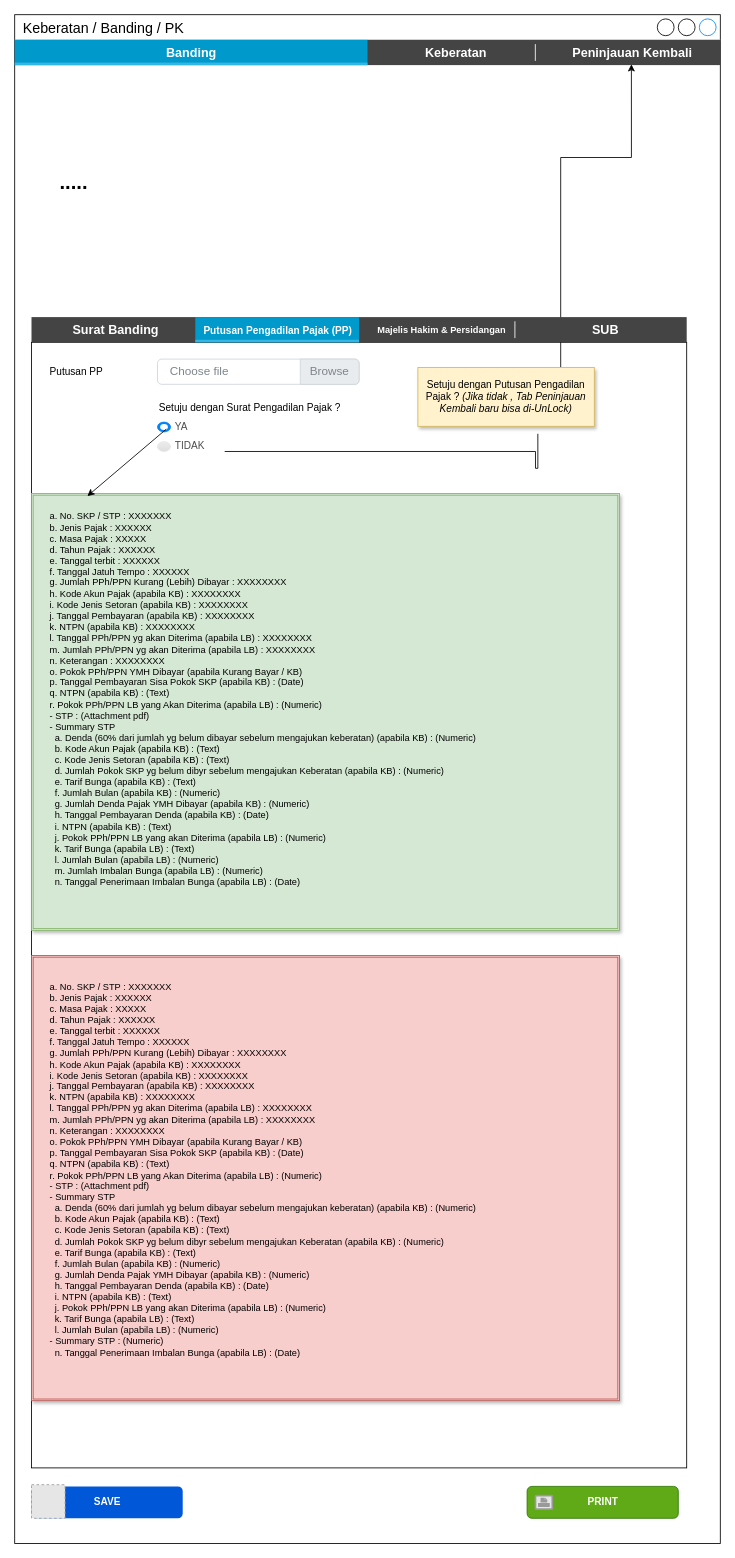
prasetyodavid/TAMS keeps this draw.io diagram as page "4.3 Banding_PutusanPengadilan" (17 of 21) of TAMS.drawio. Above is the earlier version. Source tidied: cells renumbered, new cells numbered last; positions are measured from the earlier drawing's top-left corner, leaving out a move shared by most shapes. Both pictures are drawn from the tidied source at 84%, with x=0, y=0 at pixel (14, 14). Pictures stored in the file or linked from it are replaced by grey dashed boxes.
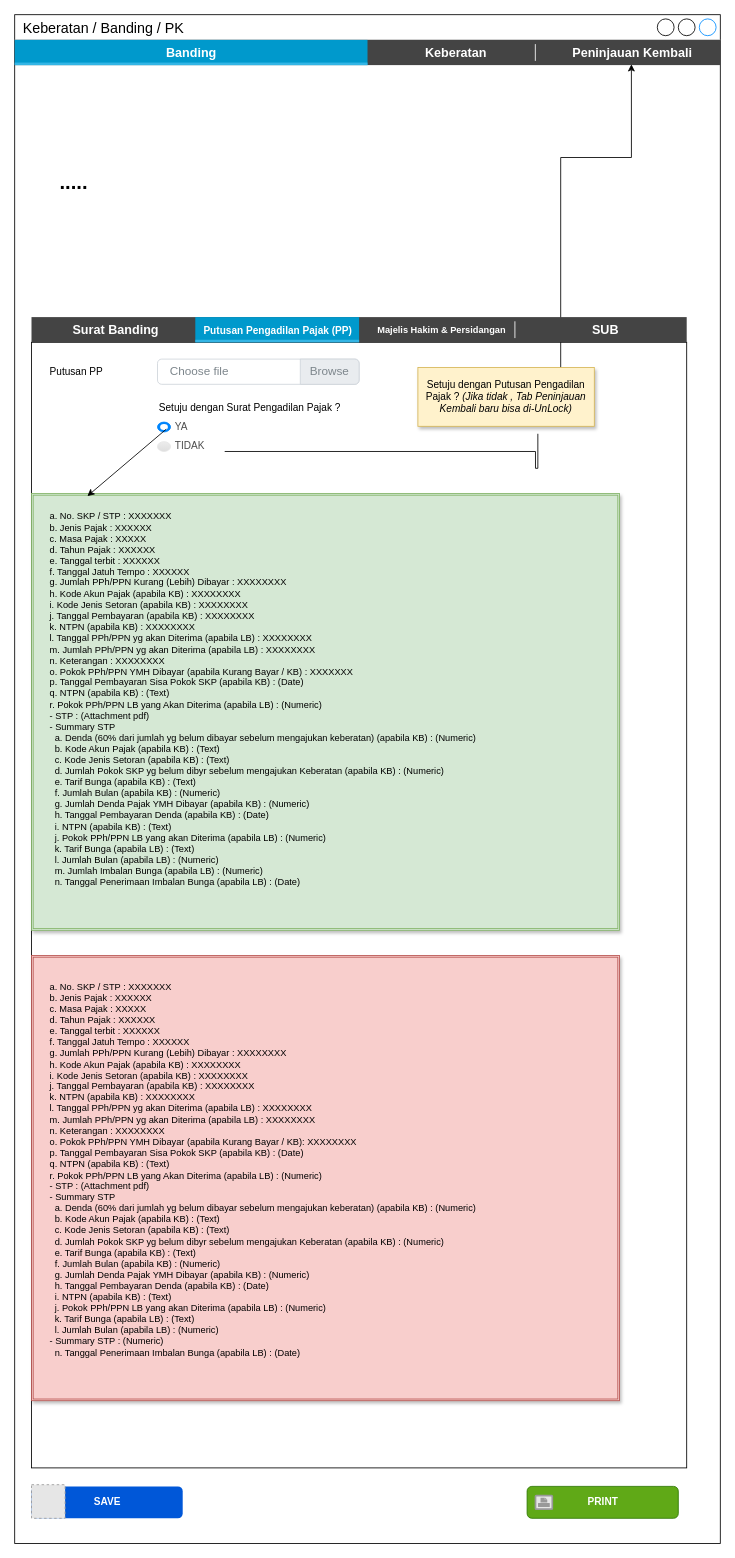
After the change.

Change to the diagram source:
```diff
@@
-    <mxCell id="38" value="&lt;div style=&quot;font-size: 11px;&quot;&gt;&lt;br style=&quot;font-size: 11px;&quot;&gt;&lt;/div&gt;&lt;div style=&quot;font-size: 11px;&quot;&gt;a. No. SKP / STP : XXXXXXX&lt;/div&gt;&lt;div style=&quot;font-size: 11px;&quot;&gt;b. Jenis Pajak : XXXXXX&lt;/div&gt;&lt;div style=&quot;font-size: 11px;&quot;&gt;c. Masa Pajak : XXXXX&lt;/div&gt;&lt;div style=&quot;font-size: 11px;&quot;&gt;d. Tahun Pajak : XXXXXX&lt;/div&gt;&lt;div style=&quot;font-size: 11px;&quot;&gt;e. Tanggal terbit : XXXXXX&lt;/div&gt;&lt;div style=&quot;font-size: 11px;&quot;&gt;f. Tanggal Jatuh Tempo : XXXXXX&lt;/div&gt;&lt;div style=&quot;font-size: 11px;&quot;&gt;g. Jumlah PPh/PPN Kurang (Lebih) Dibayar : XXXXXXXX&lt;/div&gt;&lt;div style=&quot;font-size: 11px;&quot;&gt;h. Kode Akun Pajak (apabila KB) : XXXXXXXX&lt;/div&gt;&lt;div style=&quot;font-size: 11px;&quot;&gt;i. Kode Jenis Setoran (apabila KB) : XXXXXXXX&lt;/div&gt;&lt;div style=&quot;font-size: 11px;&quot;&gt;j. Tanggal Pembayaran (apabila KB) : XXXXXXXX&lt;/div&gt;&lt;div style=&quot;font-size: 11px;&quot;&gt;k. NTPN (apabila KB) : XXXXXXXX&lt;/div&gt;&lt;div style=&quot;font-size: 11px;&quot;&gt;l. Tanggal PPh/PPN yg akan Diterima (apabila LB) : XXXXXXXX&lt;/div&gt;&lt;div style=&quot;font-size: 11px;&quot;&gt;m. Jumlah PPh/PPN yg akan Diterima (apabila LB) : XXXXXXXX&lt;/div&gt;&lt;div style=&quot;font-size: 11px;&quot;&gt;n. Keterangan : XXXXXXXX&amp;nbsp;&amp;nbsp;&lt;/div&gt;&lt;div style=&quot;font-size: 11px;&quot;&gt;o. Pokok PPh/PPN YMH Dibayar (apabila Kurang Bayar / KB)&lt;/div&gt;&lt;div style=&quot;font-size: 11px;&quot;&gt;p. Tanggal Pembayaran Sisa Pokok SKP (apabila KB)&lt;span style=&quot;font-size: 11px;&quot;&gt; &lt;/span&gt;:&lt;span style=&quot;font-size: 11px;&quot;&gt; &lt;/span&gt;(Date)&lt;/div&gt;&lt;div style=&quot;font-size: 11px;&quot;&gt;q. NTPN (apabila KB)&lt;span style=&quot;font-size: 11px;&quot;&gt; &lt;/span&gt;:&lt;span style=&quot;font-size: 11px;&quot;&gt; &lt;/span&gt;(Text)&lt;/div&gt;&lt;div style=&quot;font-size: 11px;&quot;&gt;r. Pokok PPh/PPN LB yang Akan Diterima (apabila LB)&lt;span style=&quot;font-size: 11px;&quot;&gt; &lt;/span&gt;:&lt;span style=&quot;font-size: 11px;&quot;&gt; &lt;/span&gt;(Numeric)&lt;/div&gt;&lt;div style=&quot;font-size: 11px;&quot;&gt;- STP&lt;span style=&quot;font-size: 11px;&quot;&gt; &lt;/span&gt;:&lt;span style=&quot;font-size: 11px;&quot;&gt; &lt;/span&gt;(Attachment pdf)&lt;/div&gt;&lt;div style=&quot;font-size: 11px;&quot;&gt;- Summary STP&lt;span style=&quot;font-size: 11px;&quot;&gt;  &lt;/span&gt;&lt;/div&gt;&lt;div style=&quot;font-size: 11px;&quot;&gt;&amp;nbsp; a. Denda (60% dari jumlah yg belum dibayar sebelum mengajukan keberatan) (apabila KB)&lt;span style=&quot;font-size: 11px;&quot;&gt; &lt;/span&gt;:&lt;span style=&quot;font-size: 11px;&quot;&gt; &lt;/span&gt;(Numeric)&lt;/div&gt;&lt;div style=&quot;font-size: 11px;&quot;&gt;&amp;nbsp; b. Kode Akun Pajak (apabila KB)&lt;span style=&quot;font-size: 11px;&quot;&gt; &lt;/span&gt;:&lt;span style=&quot;font-size: 11px;&quot;&gt; &lt;/span&gt;(Text)&lt;/div&gt;&lt;div style=&quot;font-size: 11px;&quot;&gt;&amp;nbsp; c. Kode Jenis Setoran (apabila KB)&lt;span style=&quot;font-size: 11px;&quot;&gt; &lt;/span&gt;:&lt;span style=&quot;font-size: 11px;&quot;&gt; &lt;/span&gt;(Text)&lt;/div&gt;&lt;div style=&quot;font-size: 11px;&quot;&gt;&amp;nbsp; d. Jumlah Pokok SKP yg belum dibyr sebelum mengajukan Keberatan (apabila KB)&lt;span style=&quot;font-size: 11px;&quot;&gt; &lt;/span&gt;:&lt;span style=&quot;font-size: 11px;&quot;&gt; &lt;/span&gt;(Numeric)&lt;/div&gt;&lt;div style=&quot;font-size: 11px;&quot;&gt;&amp;nbsp; e. Tarif Bunga (apabila KB)&lt;span style=&quot;font-size: 11px;&quot;&gt; &lt;/span&gt;:&lt;span style=&quot;font-size: 11px;&quot;&gt; &lt;/span&gt;(Text)&lt;/div&gt;&lt;div style=&quot;font-size: 11px;&quot;&gt;&amp;nbsp; f. Jumlah Bulan (apabila KB)&lt;span style=&quot;font-size: 11px;&quot;&gt; &lt;/span&gt;:&lt;span style=&quot;font-size: 11px;&quot;&gt; &lt;/span&gt;(Numeric)&lt;/div&gt;&lt;div style=&quot;font-size: 11px;&quot;&gt;&amp;nbsp; g. Jumlah Denda Pajak YMH Dibayar (apabila KB)&lt;span style=&quot;font-size: 11px;&quot;&gt; &lt;/span&gt;:&lt;span style=&quot;font-size: 11px;&quot;&gt; &lt;/span&gt;(Numeric)&lt;/div&gt;&lt;div style=&quot;font-size: 11px;&quot;&gt;&amp;nbsp; h. Tanggal Pembayaran Denda (apabila KB)&lt;span style=&quot;font-size: 11px;&quot;&gt; &lt;/span&gt;:&lt;span style=&quot;font-size: 11px;&quot;&gt; &lt;/span&gt;(Date)&lt;/div&gt;&lt;div style=&quot;font-size: 11px;&quot;&gt;&amp;nbsp; i. NTPN (apabila KB)&lt;span style=&quot;font-size: 11px;&quot;&gt; &lt;/span&gt;:&lt;span style=&quot;font-size: 11px;&quot;&gt; &lt;/span&gt;(Text)&lt;/div&gt;&lt;div style=&quot;font-size: 11px;&quot;&gt;&amp;nbsp; j. Pokok PPh/PPN LB yang akan Diterima (apabila LB)&lt;span style=&quot;font-size: 11px;&quot;&gt; &lt;/span&gt;:&lt;span style=&quot;font-size: 11px;&quot;&gt; &lt;/span&gt;(Numeric)&lt;/div&gt;&lt;div style=&quot;font-size: 11px;&quot;&gt;&amp;nbsp; k. Tarif Bunga (apabila LB)&lt;span style=&quot;font-size: 11px;&quot;&gt; &lt;/span&gt;:&lt;span style=&quot;font-size: 11px;&quot;&gt; &lt;/span&gt;(Text)&lt;/div&gt;&lt;div style=&quot;font-size: 11px;&quot;&gt;&amp;nbsp; l. Jumlah Bulan (apabila LB)&lt;span style=&quot;font-size: 11px;&quot;&gt; &lt;/span&gt;:&lt;span style=&quot;font-size: 11px;&quot;&gt; &lt;/span&gt;(Numeric)&lt;/div&gt;&lt;div style=&quot;font-size: 11px;&quot;&gt;&amp;nbsp; m. Jumlah Imbalan Bunga (apabila LB)&lt;span style=&quot;font-size: 11px;&quot;&gt; &lt;/span&gt;:&lt;span style=&quot;font-size: 11px;&quot;&gt; &lt;/span&gt;(Numeric)&lt;/div&gt;&lt;div style=&quot;font-size: 11px;&quot;&gt;&amp;nbsp; n. Tanggal Penerimaan Imbalan Bunga (apabila LB)&lt;span style=&quot;font-size: 11px;&quot;&gt; &lt;/span&gt;:&lt;span style=&quot;font-size: 11px;&quot;&gt; &lt;/span&gt;(Date)&lt;/div&gt;&lt;div style=&quot;font-size: 11px;&quot;&gt;&lt;br style=&quot;font-size: 11px;&quot;&gt;&lt;/div&gt;" style="text;html=1;strokeColor=none;fillColor=none;align=left;verticalAlign=middle;whiteSpace=wrap;rounded=0;fontColor=default;fontSize=11;" parent="1" vertex="1">
+    <mxCell id="38" value="&lt;div style=&quot;font-size: 11px;&quot;&gt;&lt;br style=&quot;font-size: 11px;&quot;&gt;&lt;/div&gt;&lt;div style=&quot;font-size: 11px;&quot;&gt;a. No. SKP / STP : XXXXXXX&lt;/div&gt;&lt;div style=&quot;font-size: 11px;&quot;&gt;b. Jenis Pajak : XXXXXX&lt;/div&gt;&lt;div style=&quot;font-size: 11px;&quot;&gt;c. Masa Pajak : XXXXX&lt;/div&gt;&lt;div style=&quot;font-size: 11px;&quot;&gt;d. Tahun Pajak : XXXXXX&lt;/div&gt;&lt;div style=&quot;font-size: 11px;&quot;&gt;e. Tanggal terbit : XXXXXX&lt;/div&gt;&lt;div style=&quot;font-size: 11px;&quot;&gt;f. Tanggal Jatuh Tempo : XXXXXX&lt;/div&gt;&lt;div style=&quot;font-size: 11px;&quot;&gt;g. Jumlah PPh/PPN Kurang (Lebih) Dibayar : XXXXXXXX&lt;/div&gt;&lt;div style=&quot;font-size: 11px;&quot;&gt;h. Kode Akun Pajak (apabila KB) : XXXXXXXX&lt;/div&gt;&lt;div style=&quot;font-size: 11px;&quot;&gt;i. Kode Jenis Setoran (apabila KB) : XXXXXXXX&lt;/div&gt;&lt;div style=&quot;font-size: 11px;&quot;&gt;j. Tanggal Pembayaran (apabila KB) : XXXXXXXX&lt;/div&gt;&lt;div style=&quot;font-size: 11px;&quot;&gt;k. NTPN (apabila KB) : XXXXXXXX&lt;/div&gt;&lt;div style=&quot;font-size: 11px;&quot;&gt;l. Tanggal PPh/PPN yg akan Diterima (apabila LB) : XXXXXXXX&lt;/div&gt;&lt;div style=&quot;font-size: 11px;&quot;&gt;m. Jumlah PPh/PPN yg akan Diterima (apabila LB) : XXXXXXXX&lt;/div&gt;&lt;div style=&quot;font-size: 11px;&quot;&gt;n. Keterangan : XXXXXXXX&amp;nbsp;&amp;nbsp;&lt;/div&gt;&lt;div style=&quot;font-size: 11px;&quot;&gt;o. Pokok PPh/PPN YMH Dibayar (apabila Kurang Bayar / KB) : XXXXXXX&lt;/div&gt;&lt;div style=&quot;font-size: 11px;&quot;&gt;p. Tanggal Pembayaran Sisa Pokok SKP (apabila KB)&lt;span style=&quot;font-size: 11px;&quot;&gt; &lt;/span&gt;:&lt;span style=&quot;font-size: 11px;&quot;&gt; &lt;/span&gt;(Date)&lt;/div&gt;&lt;div style=&quot;font-size: 11px;&quot;&gt;q. NTPN (apabila KB)&lt;span style=&quot;font-size: 11px;&quot;&gt; &lt;/span&gt;:&lt;span style=&quot;font-size: 11px;&quot;&gt; &lt;/span&gt;(Text)&lt;/div&gt;&lt;div style=&quot;font-size: 11px;&quot;&gt;r. Pokok PPh/PPN LB yang Akan Diterima (apabila LB)&lt;span style=&quot;font-size: 11px;&quot;&gt; &lt;/span&gt;:&lt;span style=&quot;font-size: 11px;&quot;&gt; &lt;/span&gt;(Numeric)&lt;/div&gt;&lt;div style=&quot;font-size: 11px;&quot;&gt;- STP&lt;span style=&quot;font-size: 11px;&quot;&gt; &lt;/span&gt;:&lt;span style=&quot;font-size: 11px;&quot;&gt; &lt;/span&gt;(Attachment pdf)&lt;/div&gt;&lt;div style=&quot;font-size: 11px;&quot;&gt;- Summary STP&lt;span style=&quot;font-size: 11px;&quot;&gt;  &lt;/span&gt;&lt;/div&gt;&lt;div style=&quot;font-size: 11px;&quot;&gt;&amp;nbsp; a. Denda (60% dari jumlah yg belum dibayar sebelum mengajukan keberatan) (apabila KB)&lt;span style=&quot;font-size: 11px;&quot;&gt; &lt;/span&gt;:&lt;span style=&quot;font-size: 11px;&quot;&gt; &lt;/span&gt;(Numeric)&lt;/div&gt;&lt;div style=&quot;font-size: 11px;&quot;&gt;&amp;nbsp; b. Kode Akun Pajak (apabila KB)&lt;span style=&quot;font-size: 11px;&quot;&gt; &lt;/span&gt;:&lt;span style=&quot;font-size: 11px;&quot;&gt; &lt;/span&gt;(Text)&lt;/div&gt;&lt;div style=&quot;font-size: 11px;&quot;&gt;&amp;nbsp; c. Kode Jenis Setoran (apabila KB)&lt;span style=&quot;font-size: 11px;&quot;&gt; &lt;/span&gt;:&lt;span style=&quot;font-size: 11px;&quot;&gt; &lt;/span&gt;(Text)&lt;/div&gt;&lt;div style=&quot;font-size: 11px;&quot;&gt;&amp;nbsp; d. Jumlah Pokok SKP yg belum dibyr sebelum mengajukan Keberatan (apabila KB)&lt;span style=&quot;font-size: 11px;&quot;&gt; &lt;/span&gt;:&lt;span style=&quot;font-size: 11px;&quot;&gt; &lt;/span&gt;(Numeric)&lt;/div&gt;&lt;div style=&quot;font-size: 11px;&quot;&gt;&amp;nbsp; e. Tarif Bunga (apabila KB)&lt;span style=&quot;font-size: 11px;&quot;&gt; &lt;/span&gt;:&lt;span style=&quot;font-size: 11px;&quot;&gt; &lt;/span&gt;(Text)&lt;/div&gt;&lt;div style=&quot;font-size: 11px;&quot;&gt;&amp;nbsp; f. Jumlah Bulan (apabila KB)&lt;span style=&quot;font-size: 11px;&quot;&gt; &lt;/span&gt;:&lt;span style=&quot;font-size: 11px;&quot;&gt; &lt;/span&gt;(Numeric)&lt;/div&gt;&lt;div style=&quot;font-size: 11px;&quot;&gt;&amp;nbsp; g. Jumlah Denda Pajak YMH Dibayar (apabila KB)&lt;span style=&quot;font-size: 11px;&quot;&gt; &lt;/span&gt;:&lt;span style=&quot;font-size: 11px;&quot;&gt; &lt;/span&gt;(Numeric)&lt;/div&gt;&lt;div style=&quot;font-size: 11px;&quot;&gt;&amp;nbsp; h. Tanggal Pembayaran Denda (apabila KB)&lt;span style=&quot;font-size: 11px;&quot;&gt; &lt;/span&gt;:&lt;span style=&quot;font-size: 11px;&quot;&gt; &lt;/span&gt;(Date)&lt;/div&gt;&lt;div style=&quot;font-size: 11px;&quot;&gt;&amp;nbsp; i. NTPN (apabila KB)&lt;span style=&quot;font-size: 11px;&quot;&gt; &lt;/span&gt;:&lt;span style=&quot;font-size: 11px;&quot;&gt; &lt;/span&gt;(Text)&lt;/div&gt;&lt;div style=&quot;font-size: 11px;&quot;&gt;&amp;nbsp; j. Pokok PPh/PPN LB yang akan Diterima (apabila LB)&lt;span style=&quot;font-size: 11px;&quot;&gt; &lt;/span&gt;:&lt;span style=&quot;font-size: 11px;&quot;&gt; &lt;/span&gt;(Numeric)&lt;/div&gt;&lt;div style=&quot;font-size: 11px;&quot;&gt;&amp;nbsp; k. Tarif Bunga (apabila LB)&lt;span style=&quot;font-size: 11px;&quot;&gt; &lt;/span&gt;:&lt;span style=&quot;font-size: 11px;&quot;&gt; &lt;/span&gt;(Text)&lt;/div&gt;&lt;div style=&quot;font-size: 11px;&quot;&gt;&amp;nbsp; l. Jumlah Bulan (apabila LB)&lt;span style=&quot;font-size: 11px;&quot;&gt; &lt;/span&gt;:&lt;span style=&quot;font-size: 11px;&quot;&gt; &lt;/span&gt;(Numeric)&lt;/div&gt;&lt;div style=&quot;font-size: 11px;&quot;&gt;&amp;nbsp; m. Jumlah Imbalan Bunga (apabila LB)&lt;span style=&quot;font-size: 11px;&quot;&gt; &lt;/span&gt;:&lt;span style=&quot;font-size: 11px;&quot;&gt; &lt;/span&gt;(Numeric)&lt;/div&gt;&lt;div style=&quot;font-size: 11px;&quot;&gt;&amp;nbsp; n. Tanggal Penerimaan Imbalan Bunga (apabila LB)&lt;span style=&quot;font-size: 11px;&quot;&gt; &lt;/span&gt;:&lt;span style=&quot;font-size: 11px;&quot;&gt; &lt;/span&gt;(Date)&lt;/div&gt;&lt;div style=&quot;font-size: 11px;&quot;&gt;&lt;br style=&quot;font-size: 11px;&quot;&gt;&lt;/div&gt;" style="text;html=1;strokeColor=none;fillColor=none;align=left;verticalAlign=middle;whiteSpace=wrap;rounded=0;fontColor=default;fontSize=11;" parent="1" vertex="1">
       <mxGeometry x="40" y="580" width="587.5" height="470" as="geometry" />
     </mxCell>
@@
-    <mxCell id="41" value="&lt;div style=&quot;&quot;&gt;&lt;div style=&quot;&quot;&gt;&lt;br&gt;&lt;/div&gt;&lt;div style=&quot;&quot;&gt;a. No. SKP / STP : XXXXXXX&lt;/div&gt;&lt;div style=&quot;&quot;&gt;b. Jenis Pajak : XXXXXX&lt;/div&gt;&lt;div style=&quot;&quot;&gt;c. Masa Pajak : XXXXX&lt;/div&gt;&lt;div style=&quot;&quot;&gt;d. Tahun Pajak : XXXXXX&lt;/div&gt;&lt;div style=&quot;&quot;&gt;e. Tanggal terbit : XXXXXX&lt;/div&gt;&lt;div style=&quot;&quot;&gt;f. Tanggal Jatuh Tempo : XXXXXX&lt;/div&gt;&lt;div style=&quot;&quot;&gt;g. Jumlah PPh/PPN Kurang (Lebih) Dibayar : XXXXXXXX&lt;/div&gt;&lt;div style=&quot;&quot;&gt;h. Kode Akun Pajak (apabila KB) : XXXXXXXX&lt;/div&gt;&lt;div style=&quot;&quot;&gt;i. Kode Jenis Setoran (apabila KB) : XXXXXXXX&lt;/div&gt;&lt;div style=&quot;&quot;&gt;j. Tanggal Pembayaran (apabila KB) : XXXXXXXX&lt;/div&gt;&lt;div style=&quot;&quot;&gt;k. NTPN (apabila KB) : XXXXXXXX&lt;/div&gt;&lt;div style=&quot;&quot;&gt;l. Tanggal PPh/PPN yg akan Diterima (apabila LB) : XXXXXXXX&lt;/div&gt;&lt;div style=&quot;&quot;&gt;m. Jumlah PPh/PPN yg akan Diterima (apabila LB) : XXXXXXXX&lt;/div&gt;&lt;div style=&quot;&quot;&gt;n. Keterangan : XXXXXXXX&amp;nbsp;&amp;nbsp;&lt;/div&gt;&lt;div style=&quot;&quot;&gt;o. Pokok PPh/PPN YMH Dibayar (apabila Kurang Bayar / KB)&lt;/div&gt;&lt;div style=&quot;&quot;&gt;&lt;div&gt;p. Tanggal Pembayaran Sisa Pokok SKP (apabila KB)&lt;span style=&quot;&quot;&gt; &lt;/span&gt;:&lt;span style=&quot;&quot;&gt; &lt;/span&gt;(Date)&lt;/div&gt;&lt;div&gt;q. NTPN (apabila KB)&lt;span style=&quot;&quot;&gt; &lt;/span&gt;:&lt;span style=&quot;&quot;&gt; &lt;/span&gt;(Text)&lt;/div&gt;&lt;div&gt;r. Pokok PPh/PPN LB yang Akan Diterima (apabila LB)&lt;span style=&quot;&quot;&gt; &lt;/span&gt;:&lt;span style=&quot;&quot;&gt; &lt;/span&gt;(Numeric)&lt;/div&gt;&lt;div&gt;- STP&lt;span style=&quot;&quot;&gt; &lt;/span&gt;:&lt;span style=&quot;&quot;&gt; &lt;/span&gt;(Attachment pdf)&lt;/div&gt;&lt;div&gt;- Summary STP&lt;span style=&quot;&quot;&gt;  &lt;/span&gt;&lt;/div&gt;&lt;div&gt;&amp;nbsp; a. Denda (60% dari jumlah yg belum dibayar sebelum mengajukan keberatan) (apabila KB)&lt;span style=&quot;&quot;&gt; &lt;/span&gt;:&lt;span style=&quot;&quot;&gt; &lt;/span&gt;(Numeric)&lt;/div&gt;&lt;div&gt;&amp;nbsp; b. Kode Akun Pajak (apabila KB)&lt;span style=&quot;&quot;&gt; &lt;/span&gt;:&lt;span style=&quot;&quot;&gt; &lt;/span&gt;(Text)&lt;/div&gt;&lt;div&gt;&amp;nbsp; c. Kode Jenis Setoran (apabila KB)&lt;span style=&quot;&quot;&gt; &lt;/span&gt;:&lt;span style=&quot;&quot;&gt; &lt;/span&gt;(Text)&lt;/div&gt;&lt;div&gt;&amp;nbsp; d. Jumlah Pokok SKP yg belum dibyr sebelum mengajukan Keberatan (apabila KB)&lt;span style=&quot;&quot;&gt; &lt;/span&gt;:&lt;span style=&quot;&quot;&gt; &lt;/span&gt;(Numeric)&lt;/div&gt;&lt;div&gt;&amp;nbsp; e. Tarif Bunga (apabila KB)&lt;span style=&quot;&quot;&gt; &lt;/span&gt;:&lt;span style=&quot;&quot;&gt; &lt;/span&gt;(Text)&lt;/div&gt;&lt;div&gt;&amp;nbsp; f. Jumlah Bulan (apabila KB)&lt;span style=&quot;&quot;&gt; &lt;/span&gt;:&lt;span style=&quot;&quot;&gt; &lt;/span&gt;(Numeric)&lt;/div&gt;&lt;div&gt;&amp;nbsp; g. Jumlah Denda Pajak YMH Dibayar (apabila KB)&lt;span style=&quot;&quot;&gt; &lt;/span&gt;:&lt;span style=&quot;&quot;&gt; &lt;/span&gt;(Numeric)&lt;/div&gt;&lt;div&gt;&amp;nbsp; h. Tanggal Pembayaran Denda (apabila KB)&lt;span style=&quot;&quot;&gt; &lt;/span&gt;:&lt;span style=&quot;&quot;&gt; &lt;/span&gt;(Date)&lt;/div&gt;&lt;div&gt;&amp;nbsp; i. NTPN (apabila KB)&lt;span style=&quot;&quot;&gt; &lt;/span&gt;:&lt;span style=&quot;&quot;&gt; &lt;/span&gt;(Text)&lt;/div&gt;&lt;div&gt;&amp;nbsp; j. Pokok PPh/PPN LB yang akan Diterima (apabila LB)&lt;span style=&quot;&quot;&gt; &lt;/span&gt;:&lt;span style=&quot;&quot;&gt; &lt;/span&gt;(Numeric)&lt;/div&gt;&lt;div&gt;&amp;nbsp; k. Tarif Bunga (apabila LB)&lt;span style=&quot;&quot;&gt; &lt;/span&gt;:&lt;span style=&quot;&quot;&gt; &lt;/span&gt;(Text)&lt;/div&gt;&lt;div&gt;&amp;nbsp; l. Jumlah Bulan (apabila LB)&lt;span style=&quot;&quot;&gt; &lt;/span&gt;:&lt;span style=&quot;&quot;&gt; &lt;/span&gt;(Numeric)&lt;/div&gt;&lt;div&gt;- Summary STP&lt;span style=&quot;&quot;&gt; &lt;/span&gt;:&lt;span style=&quot;&quot;&gt; &lt;/span&gt;(Numeric)&lt;/div&gt;&lt;div&gt;&amp;nbsp; n. Tanggal Penerimaan Imbalan Bunga (apabila LB)&lt;span style=&quot;&quot;&gt; &lt;/span&gt;:&lt;span style=&quot;&quot;&gt; &lt;/span&gt;(Date)&lt;/div&gt;&lt;/div&gt;&lt;div style=&quot;font-size: 11px;&quot;&gt;&lt;br&gt;&lt;/div&gt;&lt;/div&gt;" style="text;html=1;strokeColor=none;fillColor=none;align=left;verticalAlign=middle;whiteSpace=wrap;rounded=0;fontColor=default;fontSize=11;" parent="1" vertex="1">
+    <mxCell id="41" value="&lt;div style=&quot;&quot;&gt;&lt;div style=&quot;&quot;&gt;&lt;br&gt;&lt;/div&gt;&lt;div style=&quot;&quot;&gt;a. No. SKP / STP : XXXXXXX&lt;/div&gt;&lt;div style=&quot;&quot;&gt;b. Jenis Pajak : XXXXXX&lt;/div&gt;&lt;div style=&quot;&quot;&gt;c. Masa Pajak : XXXXX&lt;/div&gt;&lt;div style=&quot;&quot;&gt;d. Tahun Pajak : XXXXXX&lt;/div&gt;&lt;div style=&quot;&quot;&gt;e. Tanggal terbit : XXXXXX&lt;/div&gt;&lt;div style=&quot;&quot;&gt;f. Tanggal Jatuh Tempo : XXXXXX&lt;/div&gt;&lt;div style=&quot;&quot;&gt;g. Jumlah PPh/PPN Kurang (Lebih) Dibayar : XXXXXXXX&lt;/div&gt;&lt;div style=&quot;&quot;&gt;h. Kode Akun Pajak (apabila KB) : XXXXXXXX&lt;/div&gt;&lt;div style=&quot;&quot;&gt;i. Kode Jenis Setoran (apabila KB) : XXXXXXXX&lt;/div&gt;&lt;div style=&quot;&quot;&gt;j. Tanggal Pembayaran (apabila KB) : XXXXXXXX&lt;/div&gt;&lt;div style=&quot;&quot;&gt;k. NTPN (apabila KB) : XXXXXXXX&lt;/div&gt;&lt;div style=&quot;&quot;&gt;l. Tanggal PPh/PPN yg akan Diterima (apabila LB) : XXXXXXXX&lt;/div&gt;&lt;div style=&quot;&quot;&gt;m. Jumlah PPh/PPN yg akan Diterima (apabila LB) : XXXXXXXX&lt;/div&gt;&lt;div style=&quot;&quot;&gt;n. Keterangan : XXXXXXXX&amp;nbsp;&amp;nbsp;&lt;/div&gt;&lt;div style=&quot;&quot;&gt;o. Pokok PPh/PPN YMH Dibayar (apabila Kurang Bayar / KB): XXXXXXXX&lt;/div&gt;&lt;div style=&quot;&quot;&gt;&lt;div&gt;p. Tanggal Pembayaran Sisa Pokok SKP (apabila KB)&lt;span style=&quot;&quot;&gt; &lt;/span&gt;:&lt;span style=&quot;&quot;&gt; &lt;/span&gt;(Date)&lt;/div&gt;&lt;div&gt;q. NTPN (apabila KB)&lt;span style=&quot;&quot;&gt; &lt;/span&gt;:&lt;span style=&quot;&quot;&gt; &lt;/span&gt;(Text)&lt;/div&gt;&lt;div&gt;r. Pokok PPh/PPN LB yang Akan Diterima (apabila LB)&lt;span style=&quot;&quot;&gt; &lt;/span&gt;:&lt;span style=&quot;&quot;&gt; &lt;/span&gt;(Numeric)&lt;/div&gt;&lt;div&gt;- STP&lt;span style=&quot;&quot;&gt; &lt;/span&gt;:&lt;span style=&quot;&quot;&gt; &lt;/span&gt;(Attachment pdf)&lt;/div&gt;&lt;div&gt;- Summary STP&lt;span style=&quot;&quot;&gt;  &lt;/span&gt;&lt;/div&gt;&lt;div&gt;&amp;nbsp; a. Denda (60% dari jumlah yg belum dibayar sebelum mengajukan keberatan) (apabila KB)&lt;span style=&quot;&quot;&gt; &lt;/span&gt;:&lt;span style=&quot;&quot;&gt; &lt;/span&gt;(Numeric)&lt;/div&gt;&lt;div&gt;&amp;nbsp; b. Kode Akun Pajak (apabila KB)&lt;span style=&quot;&quot;&gt; &lt;/span&gt;:&lt;span style=&quot;&quot;&gt; &lt;/span&gt;(Text)&lt;/div&gt;&lt;div&gt;&amp;nbsp; c. Kode Jenis Setoran (apabila KB)&lt;span style=&quot;&quot;&gt; &lt;/span&gt;:&lt;span style=&quot;&quot;&gt; &lt;/span&gt;(Text)&lt;/div&gt;&lt;div&gt;&amp;nbsp; d. Jumlah Pokok SKP yg belum dibyr sebelum mengajukan Keberatan (apabila KB)&lt;span style=&quot;&quot;&gt; &lt;/span&gt;:&lt;span style=&quot;&quot;&gt; &lt;/span&gt;(Numeric)&lt;/div&gt;&lt;div&gt;&amp;nbsp; e. Tarif Bunga (apabila KB)&lt;span style=&quot;&quot;&gt; &lt;/span&gt;:&lt;span style=&quot;&quot;&gt; &lt;/span&gt;(Text)&lt;/div&gt;&lt;div&gt;&amp;nbsp; f. Jumlah Bulan (apabila KB)&lt;span style=&quot;&quot;&gt; &lt;/span&gt;:&lt;span style=&quot;&quot;&gt; &lt;/span&gt;(Numeric)&lt;/div&gt;&lt;div&gt;&amp;nbsp; g. Jumlah Denda Pajak YMH Dibayar (apabila KB)&lt;span style=&quot;&quot;&gt; &lt;/span&gt;:&lt;span style=&quot;&quot;&gt; &lt;/span&gt;(Numeric)&lt;/div&gt;&lt;div&gt;&amp;nbsp; h. Tanggal Pembayaran Denda (apabila KB)&lt;span style=&quot;&quot;&gt; &lt;/span&gt;:&lt;span style=&quot;&quot;&gt; &lt;/span&gt;(Date)&lt;/div&gt;&lt;div&gt;&amp;nbsp; i. NTPN (apabila KB)&lt;span style=&quot;&quot;&gt; &lt;/span&gt;:&lt;span style=&quot;&quot;&gt; &lt;/span&gt;(Text)&lt;/div&gt;&lt;div&gt;&amp;nbsp; j. Pokok PPh/PPN LB yang akan Diterima (apabila LB)&lt;span style=&quot;&quot;&gt; &lt;/span&gt;:&lt;span style=&quot;&quot;&gt; &lt;/span&gt;(Numeric)&lt;/div&gt;&lt;div&gt;&amp;nbsp; k. Tarif Bunga (apabila LB)&lt;span style=&quot;&quot;&gt; &lt;/span&gt;:&lt;span style=&quot;&quot;&gt; &lt;/span&gt;(Text)&lt;/div&gt;&lt;div&gt;&amp;nbsp; l. Jumlah Bulan (apabila LB)&lt;span style=&quot;&quot;&gt; &lt;/span&gt;:&lt;span style=&quot;&quot;&gt; &lt;/span&gt;(Numeric)&lt;/div&gt;&lt;div&gt;- Summary STP&lt;span style=&quot;&quot;&gt; &lt;/span&gt;:&lt;span style=&quot;&quot;&gt; &lt;/span&gt;(Numeric)&lt;/div&gt;&lt;div&gt;&amp;nbsp; n. Tanggal Penerimaan Imbalan Bunga (apabila LB)&lt;span style=&quot;&quot;&gt; &lt;/span&gt;:&lt;span style=&quot;&quot;&gt; &lt;/span&gt;(Date)&lt;/div&gt;&lt;/div&gt;&lt;div style=&quot;font-size: 11px;&quot;&gt;&lt;br&gt;&lt;/div&gt;&lt;/div&gt;" style="text;html=1;strokeColor=none;fillColor=none;align=left;verticalAlign=middle;whiteSpace=wrap;rounded=0;fontColor=default;fontSize=11;" parent="1" vertex="1">
       <mxGeometry x="40" y="1140" width="587.5" height="470" as="geometry" />
     </mxCell>
```
